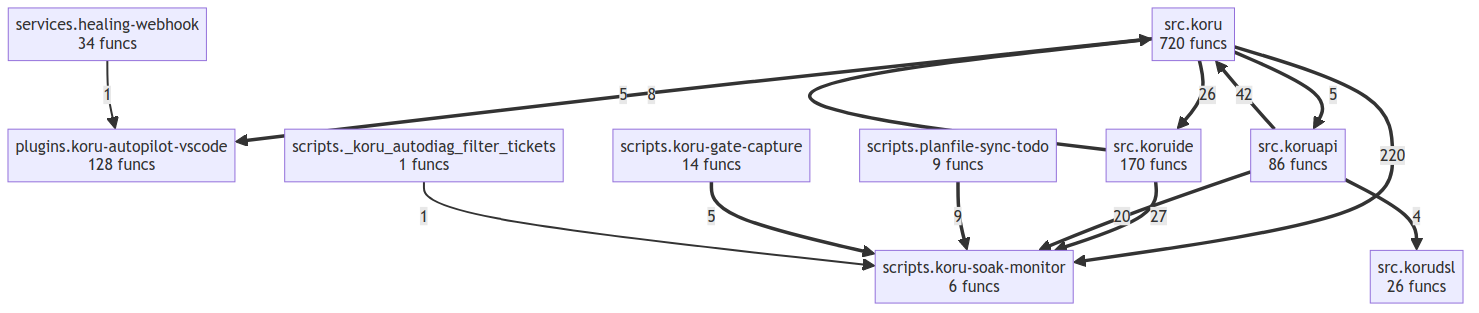
This is project/compact_flow.png from semcod/koru, a Mermaid export, as it was before one commit. Its source is kept beside it as project/compact_flow.mmd.
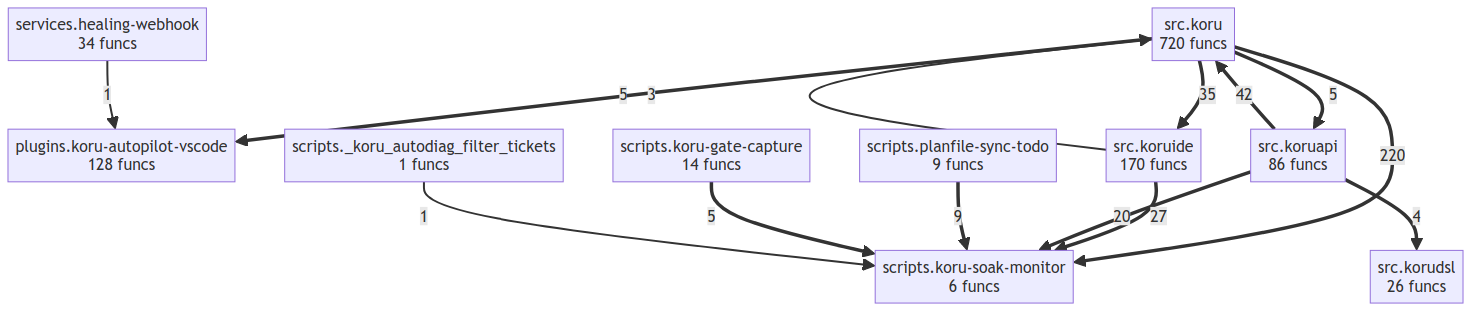
After the commit.

Change to the diagram source:
```diff
@@ -11,14 +11,14 @@
     src__koruide["src.koruide<br/>170 funcs"]
     src__koru ==>|220| scripts__koru_soak_monitor
     src__koruapi ==>|42| src__koru
+    src__koru ==>|35| src__koruide
     src__koruide ==>|27| scripts__koru_soak_monitor
-    src__koru ==>|26| src__koruide
     src__koruapi ==>|20| scripts__koru_soak_monitor
     scripts__planfile_sync_todo ==>|9| scripts__koru_soak_monitor
-    src__koruide ==>|8| src__koru
     src__koru ==>|5| plugins__koru_autopilot_vscode
+    src__koru ==>|5| src__koruapi
     scripts__koru_gate_capture ==>|5| scripts__koru_soak_monitor
-    src__koru ==>|5| src__koruapi
     src__koruapi ==>|4| src__korudsl
+    src__koruide -->|3| src__koru
     services__healing_webhook -->|1| plugins__koru_autopilot_vscode
     scripts___koru_autodiag_filter_tickets -->|1| scripts__koru_soak_monitor
```
